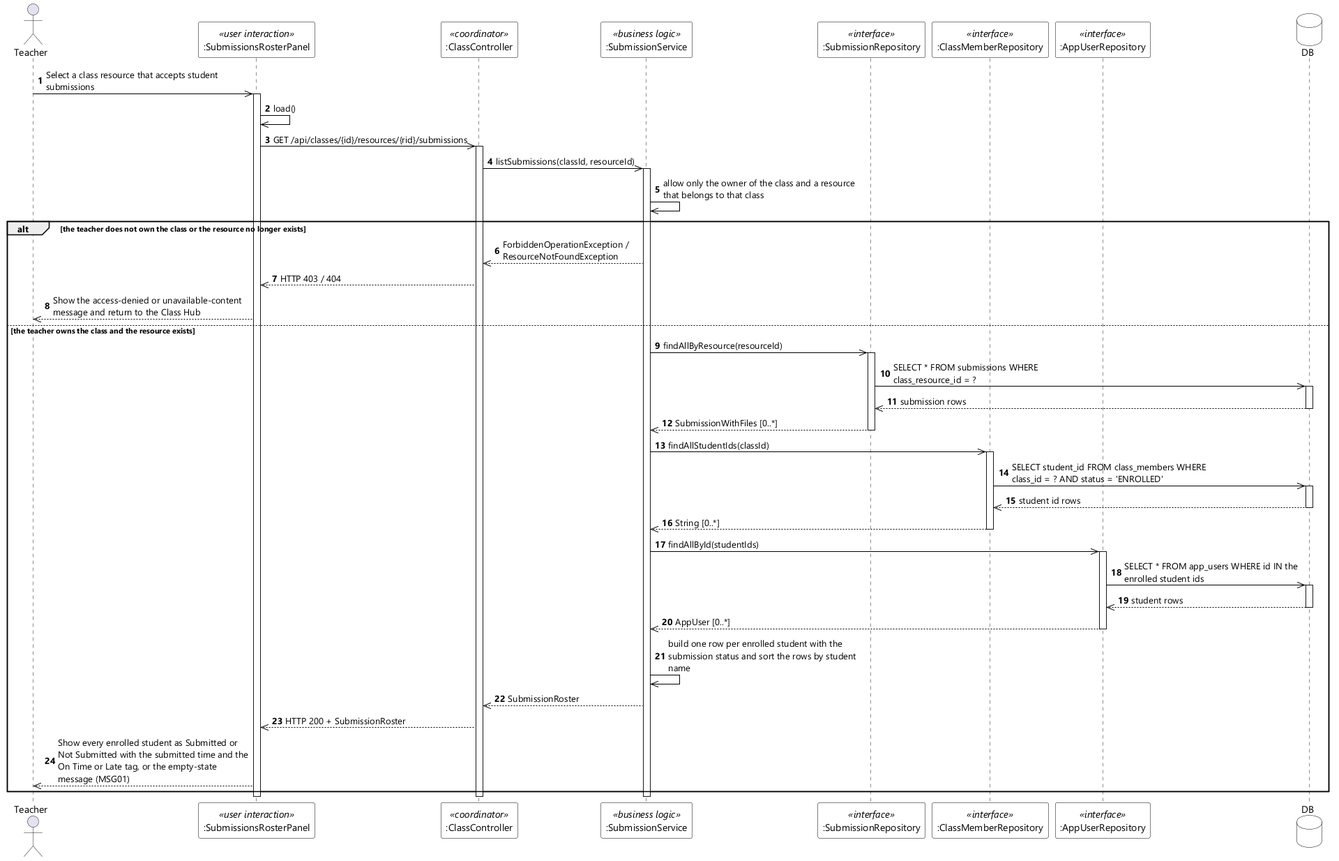
Earlier version of the PlantUML export designs/sds-diagrams/uc46/uc46-sequence-diagram-stereo.png (EduA-system/EduA-system). The source it was exported from:
```plantuml
@startuml UC-46 View Submissions List - Sequence Diagram (stereo)
skinparamlocked dpi 96
skinparam defaultFontName "Segoe UI"
skinparam shadowing false
skinparam ParticipantBackgroundColor #FFFFFF
skinparam ParticipantBorderColor #000000
skinparam DatabaseBackgroundColor #FFFFFF
skinparam DatabaseBorderColor #000000
skinparam ArrowColor #000000
skinparam sequenceMessageAlign left
skinparam maxMessageSize 280

actor Teacher
participant ":SubmissionsRosterPanel" as UI <<user interaction>>
participant ":ClassController" as CTL <<coordinator>>
participant ":SubmissionService" as SVC <<business logic>>
participant ":SubmissionRepository" as SREPO <<interface>>
participant ":ClassMemberRepository" as MEM <<interface>>
participant ":AppUserRepository" as USERS <<interface>>
database DB

autonumber
Teacher ->> UI : Select a class resource that accepts student submissions
activate UI
UI ->> UI : load()
UI ->> CTL : GET /api/classes/{id}/resources/{rid}/submissions
activate CTL
CTL ->> SVC : listSubmissions(classId, resourceId)
activate SVC
SVC ->> SVC : allow only the owner of the class and a resource that belongs to that class

alt the teacher does not own the class or the resource no longer exists
  SVC -->> CTL : ForbiddenOperationException / ResourceNotFoundException
  CTL -->> UI : HTTP 403 / 404
  UI -->> Teacher : Show the access-denied or unavailable-content message and return to the Class Hub
else the teacher owns the class and the resource exists
  SVC ->> SREPO : findAllByResource(resourceId)
  activate SREPO
  SREPO ->> DB : SELECT * FROM submissions WHERE class_resource_id = ?
  activate DB
  DB -->> SREPO : submission rows
  deactivate DB
  SREPO -->> SVC : SubmissionWithFiles [0..*]
  deactivate SREPO

  SVC ->> MEM : findAllStudentIds(classId)
  activate MEM
  MEM ->> DB : SELECT student_id FROM class_members WHERE class_id = ? AND status = 'ENROLLED'
  activate DB
  DB -->> MEM : student id rows
  deactivate DB
  MEM -->> SVC : String [0..*]
  deactivate MEM

  SVC ->> USERS : findAllById(studentIds)
  activate USERS
  USERS ->> DB : SELECT * FROM app_users WHERE id IN the enrolled student ids
  activate DB
  DB -->> USERS : student rows
  deactivate DB
  USERS -->> SVC : AppUser [0..*]
  deactivate USERS

  SVC ->> SVC : build one row per enrolled student with the submission status and sort the rows by student name
  SVC -->> CTL : SubmissionRoster
  CTL -->> UI : HTTP 200 + SubmissionRoster
  UI -->> Teacher : Show every enrolled student as Submitted or Not Submitted with the submitted time and the On Time or Late tag, or the empty-state message (MSG01)
end
deactivate SVC
deactivate CTL
deactivate UI
@enduml
```
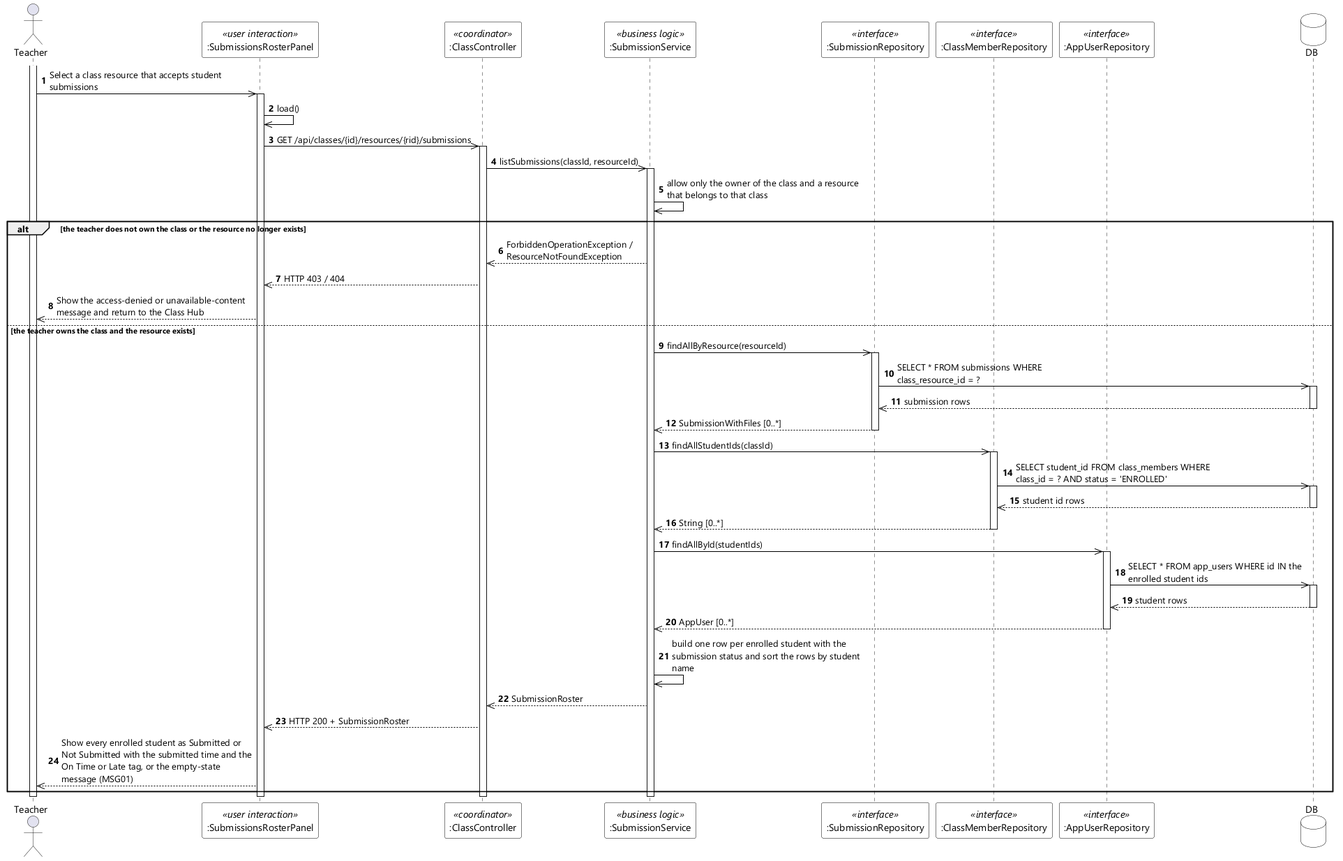
Above is the later version.

Diff of the diagram source:
```diff
@@ -20,6 +20,7 @@
 database DB
 
 autonumber
+activate Teacher
 Teacher ->> UI : Select a class resource that accepts student submissions
 activate UI
 UI ->> UI : load()
@@ -69,4 +70,5 @@
 deactivate SVC
 deactivate CTL
 deactivate UI
+deactivate Teacher
 @enduml
```
